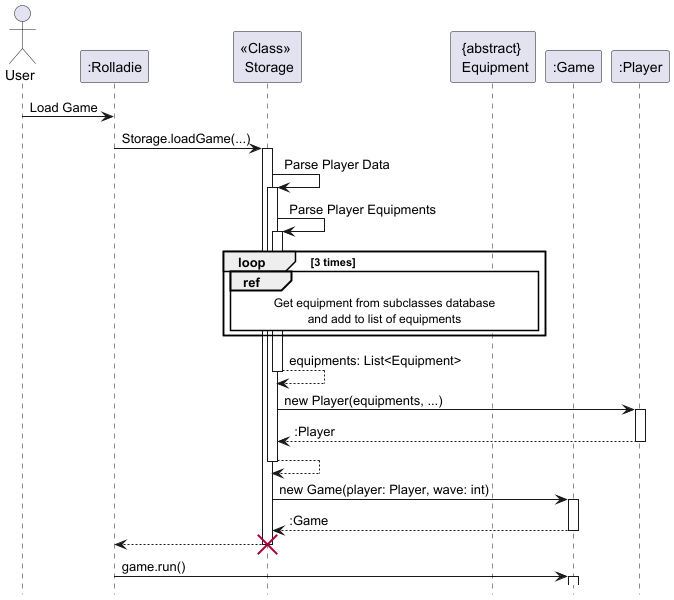
This is docs/uml_image/loadSequenceDiagram.png from TiangSoonYong/tp, a PlantUML export, as it was before one commit. The source it was exported from:
```plantuml
@startuml
hide footbox
skinparam sequenceReferenceBackgroundColor #FFFFFF
actor User

participant ":Rolladie" as Rolladie
participant "<<Class>> \n Storage" as Storage
participant "{abstract} \n Equipment" as Equipment
participant ":Game" as Game
participant ":Player" as Player

User -> Rolladie: Load Game
Rolladie -> Storage: Storage.loadGame(...)
activate Storage

Storage -> Storage: Parse Player Data
activate Storage
    Storage -> Storage: Parse Player Equipments
    activate Storage
        loop 3 times
            ref over Storage, Equipment
                Get equipment from subclasses database
                and add to list of equipments
            end ref
        end loop
        Storage --> Storage: equipments: List<Equipment>
    deactivate Storage
    Storage -> Player: new Player(equipments, ...)
    activate Player
    Player --> Storage: :Player
    deactivate Player
    Storage --> Storage:
deactivate Storage

Storage -> Game: new Game(player: Player, wave: int)
activate Game
Game --> Storage: :Game
deactivate Game
Storage --> Rolladie:
destroy Storage
Rolladie -> Game: game.run()
activate Game
@enduml
```
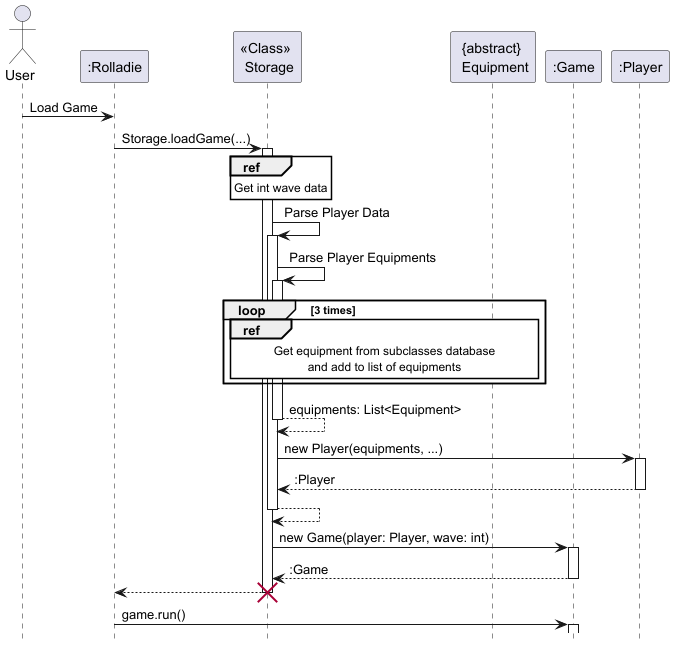
After the commit.

Diff of the diagram source:
```diff
@@ -12,7 +12,9 @@
 User -> Rolladie: Load Game
 Rolladie -> Storage: Storage.loadGame(...)
 activate Storage
-
+ref over Storage
+    Get int wave data
+end ref
 Storage -> Storage: Parse Player Data
 activate Storage
     Storage -> Storage: Parse Player Equipments
```
